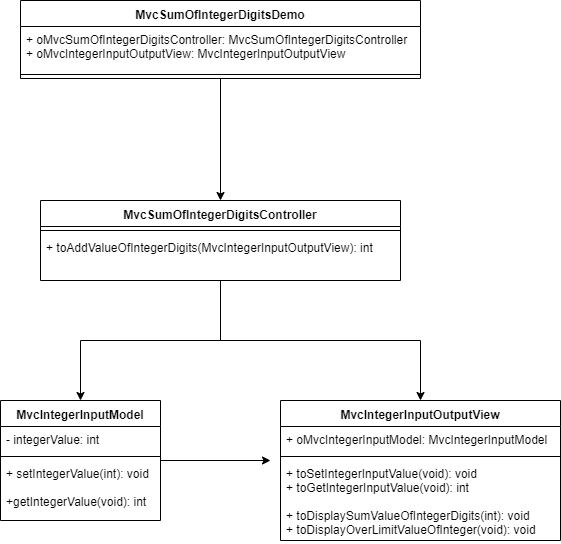
This is SumTheDigitsOfInteger/uml-diagram-sum-of-integer-digits.png from learning-prog/JavaMVC, a draw.io export, as it was before one commit. Source tidied: cells renumbered, new cells last; positions are measured from the earlier drawing's top-left corner, leaving out a move shared by most shapes. Its diagram source:
```xml
<mxGraphModel>
  <root>
    <mxCell id="0" />
    <mxCell id="1" parent="0" />
    <mxCell id="2" style="edgeStyle=orthogonalEdgeStyle;rounded=0;jettySize=auto;html=1;" parent="1" edge="1" source="3">
      <mxGeometry relative="1" as="geometry">
        <mxPoint x="270" y="460" as="targetPoint" />
      </mxGeometry>
    </mxCell>
    <mxCell id="3" value="MvcIntegerInputModel" style="swimlane;fontStyle=1;align=center;verticalAlign=top;horizontal=1;startSize=26;" parent="1" vertex="1">
      <mxGeometry y="400" width="160" height="120" as="geometry" />
    </mxCell>
    <mxCell id="4" value="- integerValue: int" style="text;strokeColor=none;fillColor=none;align=left;verticalAlign=top;spacingLeft=4;spacingRight=4;overflow=hidden;" parent="3" vertex="1">
      <mxGeometry y="26" width="160" height="26" as="geometry" />
    </mxCell>
    <mxCell id="5" style="line;strokeWidth=1;fillColor=none;align=left;verticalAlign=middle;spacingTop=-1;spacingLeft=3;spacingRight=3;labelPosition=right;" parent="3" vertex="1">
      <mxGeometry y="52" width="160" height="8" as="geometry" />
    </mxCell>
    <mxCell id="6" value="+ setIntegerValue(int): void&#10;&#10;+getIntegerValue(void): int" style="text;strokeColor=none;fillColor=none;align=left;verticalAlign=top;spacingLeft=4;spacingRight=4;overflow=hidden;" parent="3" vertex="1">
      <mxGeometry y="60" width="160" height="60" as="geometry" />
    </mxCell>
    <mxCell id="7" value="MvcIntegerInputOutputView" style="swimlane;fontStyle=1;align=center;verticalAlign=top;horizontal=1;startSize=26;" parent="1" vertex="1">
      <mxGeometry x="280" y="400" width="280" height="140" as="geometry" />
    </mxCell>
    <mxCell id="8" value="+ oMvcIntegerInputModel: MvcIntegerInputModel" style="text;strokeColor=none;fillColor=none;align=left;verticalAlign=top;spacingLeft=4;spacingRight=4;overflow=hidden;" parent="7" vertex="1">
      <mxGeometry y="26" width="280" height="26" as="geometry" />
    </mxCell>
    <mxCell id="9" style="line;strokeWidth=1;fillColor=none;align=left;verticalAlign=middle;spacingTop=-1;spacingLeft=3;spacingRight=3;labelPosition=right;" parent="7" vertex="1">
      <mxGeometry y="52" width="280" height="8" as="geometry" />
    </mxCell>
    <mxCell id="10" value="+ toSetIntegerInputValue(void): void&#10;+ toGetIntegerInputValue(void): int&#10;&#10;+ toDisplaySumValueOfIntegerDigits(int): void&#10;+ toDisplayOverLimitValueOfInteger(void): void" style="text;strokeColor=none;fillColor=none;align=left;verticalAlign=top;spacingLeft=4;spacingRight=4;overflow=hidden;" parent="7" vertex="1">
      <mxGeometry y="60" width="280" height="80" as="geometry" />
    </mxCell>
    <mxCell id="11" style="edgeStyle=orthogonalEdgeStyle;rounded=0;jettySize=auto;html=1;entryX=0.5;entryY=0;entryDx=0;entryDy=0;" parent="1" edge="1" source="13" target="3">
      <mxGeometry relative="1" as="geometry" />
    </mxCell>
    <mxCell id="12" style="edgeStyle=orthogonalEdgeStyle;rounded=0;jettySize=auto;html=1;entryX=0.5;entryY=0;entryDx=0;entryDy=0;" parent="1" edge="1" source="13" target="7">
      <mxGeometry relative="1" as="geometry" />
    </mxCell>
    <mxCell id="13" value="MvcSumOfIntegerDigitsController" style="swimlane;fontStyle=1;align=center;verticalAlign=top;horizontal=1;startSize=26;" parent="1" vertex="1">
      <mxGeometry x="40" y="200" width="360" height="80" as="geometry" />
    </mxCell>
    <mxCell id="14" style="line;strokeWidth=1;fillColor=none;align=left;verticalAlign=middle;spacingTop=-1;spacingLeft=3;spacingRight=3;labelPosition=right;" parent="13" vertex="1">
      <mxGeometry y="26" width="360" height="8" as="geometry" />
    </mxCell>
    <mxCell id="15" value="+ toAddValueOfIntegerDigits(MvcIntegerInputOutputView): int" style="text;strokeColor=none;fillColor=none;align=left;verticalAlign=top;spacingLeft=4;spacingRight=4;overflow=hidden;" parent="13" vertex="1">
      <mxGeometry y="34" width="360" height="46" as="geometry" />
    </mxCell>
    <mxCell id="16" style="edgeStyle=orthogonalEdgeStyle;rounded=0;jettySize=auto;html=1;entryX=0.5;entryY=0;entryDx=0;entryDy=0;" parent="1" edge="1" source="17" target="13">
      <mxGeometry relative="1" as="geometry" />
    </mxCell>
    <mxCell id="17" value="MvcSumOfIntegerDigitsDemo" style="swimlane;fontStyle=1;align=center;verticalAlign=top;horizontal=1;startSize=26;" parent="1" vertex="1">
      <mxGeometry x="20" width="400" height="78" as="geometry" />
    </mxCell>
    <mxCell id="18" value="+ oMvcSumOfIntegerDigitsController: MvcSumOfIntegerDigitsController&#10;+ oMvcIntegerInputOutputView: MvcIntegerInputOutputView" style="text;strokeColor=none;fillColor=none;align=left;verticalAlign=top;spacingLeft=4;spacingRight=4;overflow=hidden;" parent="17" vertex="1">
      <mxGeometry y="26" width="400" height="44" as="geometry" />
    </mxCell>
    <mxCell id="19" style="line;strokeWidth=1;fillColor=none;align=left;verticalAlign=middle;spacingTop=-1;spacingLeft=3;spacingRight=3;labelPosition=right;" parent="17" vertex="1">
      <mxGeometry y="70" width="400" height="8" as="geometry" />
    </mxCell>
  </root>
</mxGraphModel>
```
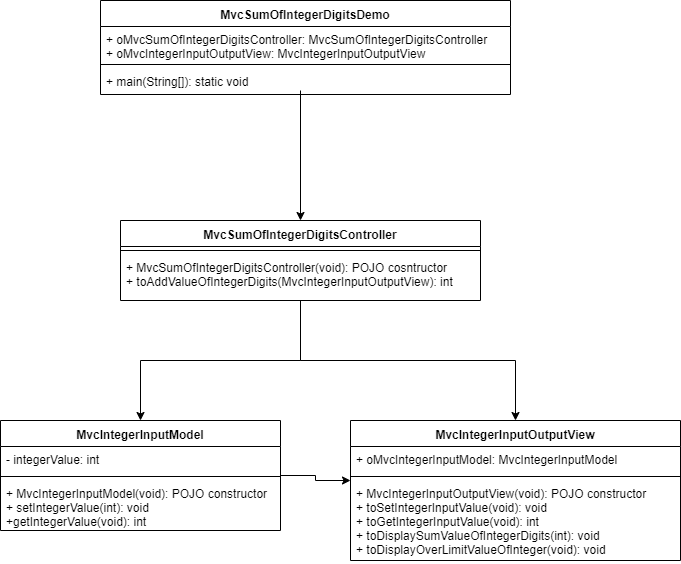
Later version of the same file.

Commit message:
updated with POJO constructor implementation

What changed in the source:
```diff
@@ -8,28 +8,28 @@
       </mxGeometry>
     </mxCell>
     <mxCell id="3" value="MvcIntegerInputModel" style="swimlane;fontStyle=1;align=center;verticalAlign=top;horizontal=1;startSize=26;" parent="1" vertex="1">
-      <mxGeometry y="400" width="160" height="120" as="geometry" />
+      <mxGeometry x="-80" y="400" width="280" height="110" as="geometry" />
     </mxCell>
     <mxCell id="4" value="- integerValue: int" style="text;strokeColor=none;fillColor=none;align=left;verticalAlign=top;spacingLeft=4;spacingRight=4;overflow=hidden;" parent="3" vertex="1">
-      <mxGeometry y="26" width="160" height="26" as="geometry" />
+      <mxGeometry y="26" width="280" height="26" as="geometry" />
     </mxCell>
     <mxCell id="5" style="line;strokeWidth=1;fillColor=none;align=left;verticalAlign=middle;spacingTop=-1;spacingLeft=3;spacingRight=3;labelPosition=right;" parent="3" vertex="1">
-      <mxGeometry y="52" width="160" height="8" as="geometry" />
+      <mxGeometry y="52" width="280" height="8" as="geometry" />
     </mxCell>
-    <mxCell id="6" value="+ setIntegerValue(int): void&#10;&#10;+getIntegerValue(void): int" style="text;strokeColor=none;fillColor=none;align=left;verticalAlign=top;spacingLeft=4;spacingRight=4;overflow=hidden;" parent="3" vertex="1">
-      <mxGeometry y="60" width="160" height="60" as="geometry" />
+    <mxCell id="6" value="+ MvcIntegerInputModel(void): POJO constructor&#10;+ setIntegerValue(int): void&#10;+getIntegerValue(void): int" style="text;strokeColor=none;fillColor=none;align=left;verticalAlign=top;spacingLeft=4;spacingRight=4;overflow=hidden;" parent="3" vertex="1">
+      <mxGeometry y="60" width="280" height="50" as="geometry" />
     </mxCell>
     <mxCell id="7" value="MvcIntegerInputOutputView" style="swimlane;fontStyle=1;align=center;verticalAlign=top;horizontal=1;startSize=26;" parent="1" vertex="1">
-      <mxGeometry x="280" y="400" width="280" height="140" as="geometry" />
+      <mxGeometry x="270" y="400" width="330" height="140" as="geometry" />
     </mxCell>
     <mxCell id="8" value="+ oMvcIntegerInputModel: MvcIntegerInputModel" style="text;strokeColor=none;fillColor=none;align=left;verticalAlign=top;spacingLeft=4;spacingRight=4;overflow=hidden;" parent="7" vertex="1">
-      <mxGeometry y="26" width="280" height="26" as="geometry" />
+      <mxGeometry y="26" width="330" height="26" as="geometry" />
     </mxCell>
     <mxCell id="9" style="line;strokeWidth=1;fillColor=none;align=left;verticalAlign=middle;spacingTop=-1;spacingLeft=3;spacingRight=3;labelPosition=right;" parent="7" vertex="1">
-      <mxGeometry y="52" width="280" height="8" as="geometry" />
+      <mxGeometry y="52" width="330" height="8" as="geometry" />
     </mxCell>
-    <mxCell id="10" value="+ toSetIntegerInputValue(void): void&#10;+ toGetIntegerInputValue(void): int&#10;&#10;+ toDisplaySumValueOfIntegerDigits(int): void&#10;+ toDisplayOverLimitValueOfInteger(void): void" style="text;strokeColor=none;fillColor=none;align=left;verticalAlign=top;spacingLeft=4;spacingRight=4;overflow=hidden;" parent="7" vertex="1">
-      <mxGeometry y="60" width="280" height="80" as="geometry" />
+    <mxCell id="10" value="+ MvcIntegerInputOutputView(void): POJO constructor&#10;+ toSetIntegerInputValue(void): void&#10;+ toGetIntegerInputValue(void): int&#10;+ toDisplaySumValueOfIntegerDigits(int): void&#10;+ toDisplayOverLimitValueOfInteger(void): void" style="text;strokeColor=none;fillColor=none;align=left;verticalAlign=top;spacingLeft=4;spacingRight=4;overflow=hidden;" parent="7" vertex="1">
+      <mxGeometry y="60" width="330" height="80" as="geometry" />
     </mxCell>
     <mxCell id="11" style="edgeStyle=orthogonalEdgeStyle;rounded=0;jettySize=auto;html=1;entryX=0.5;entryY=0;entryDx=0;entryDy=0;" parent="1" edge="1" source="13" target="3">
       <mxGeometry relative="1" as="geometry" />
@@ -43,20 +43,25 @@
     <mxCell id="14" style="line;strokeWidth=1;fillColor=none;align=left;verticalAlign=middle;spacingTop=-1;spacingLeft=3;spacingRight=3;labelPosition=right;" parent="13" vertex="1">
       <mxGeometry y="26" width="360" height="8" as="geometry" />
     </mxCell>
-    <mxCell id="15" value="+ toAddValueOfIntegerDigits(MvcIntegerInputOutputView): int" style="text;strokeColor=none;fillColor=none;align=left;verticalAlign=top;spacingLeft=4;spacingRight=4;overflow=hidden;" parent="13" vertex="1">
+    <mxCell id="15" value="+ MvcSumOfIntegerDigitsController(void): POJO cosntructor&#10;+ toAddValueOfIntegerDigits(MvcIntegerInputOutputView): int" style="text;strokeColor=none;fillColor=none;align=left;verticalAlign=top;spacingLeft=4;spacingRight=4;overflow=hidden;" parent="13" vertex="1">
       <mxGeometry y="34" width="360" height="46" as="geometry" />
     </mxCell>
-    <mxCell id="16" style="edgeStyle=orthogonalEdgeStyle;rounded=0;jettySize=auto;html=1;entryX=0.5;entryY=0;entryDx=0;entryDy=0;" parent="1" edge="1" source="17" target="13">
-      <mxGeometry relative="1" as="geometry" />
+    <mxCell id="16" style="edgeStyle=orthogonalEdgeStyle;rounded=0;jettySize=auto;html=1;entryX=0.5;entryY=0;entryDx=0;entryDy=0;" parent="1" edge="1" target="13">
+      <mxGeometry relative="1" as="geometry">
+        <mxPoint x="220" y="70" as="sourcePoint" />
+      </mxGeometry>
     </mxCell>
     <mxCell id="17" value="MvcSumOfIntegerDigitsDemo" style="swimlane;fontStyle=1;align=center;verticalAlign=top;horizontal=1;startSize=26;" parent="1" vertex="1">
-      <mxGeometry x="20" width="400" height="78" as="geometry" />
+      <mxGeometry x="20" y="-20" width="410" height="94" as="geometry" />
     </mxCell>
     <mxCell id="18" value="+ oMvcSumOfIntegerDigitsController: MvcSumOfIntegerDigitsController&#10;+ oMvcIntegerInputOutputView: MvcIntegerInputOutputView" style="text;strokeColor=none;fillColor=none;align=left;verticalAlign=top;spacingLeft=4;spacingRight=4;overflow=hidden;" parent="17" vertex="1">
-      <mxGeometry y="26" width="400" height="44" as="geometry" />
+      <mxGeometry y="26" width="410" height="34" as="geometry" />
     </mxCell>
-    <mxCell id="19" style="line;strokeWidth=1;fillColor=none;align=left;verticalAlign=middle;spacingTop=-1;spacingLeft=3;spacingRight=3;labelPosition=right;" parent="17" vertex="1">
-      <mxGeometry y="70" width="400" height="8" as="geometry" />
-    </mxCell>
+    <mxCell id="20" style="line;strokeWidth=1;fillColor=none;align=left;verticalAlign=middle;spacingTop=-1;spacingLeft=3;spacingRight=3;labelPosition=right;" parent="17" vertex="1">
+      <mxGeometry y="60" width="410" height="8" as="geometry" />
+    </mxCell>
+    <mxCell id="21" value="+ main(String[]): static void" style="text;strokeColor=none;fillColor=none;align=left;verticalAlign=top;spacingLeft=4;spacingRight=4;overflow=hidden;" parent="17" vertex="1">
+      <mxGeometry y="68" width="410" height="26" as="geometry" />
+    </mxCell>
   </root>
 </mxGraphModel>
```
